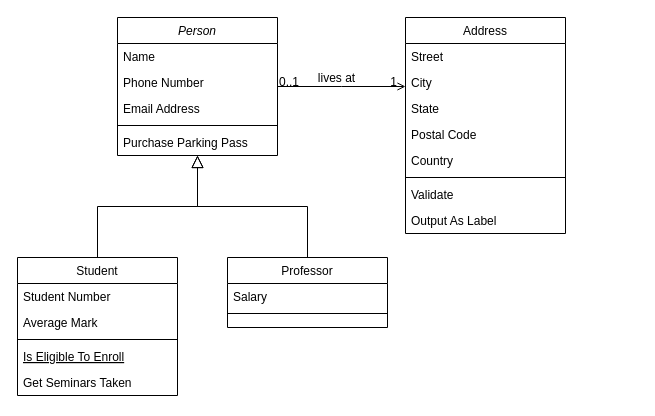
Earlier version of the draw.io diagram Reentrantlock类图详解.drawio (stephenZkang/diagrams). Source tidied: cells renumbered, new cells numbered last; positions are measured from the earlier drawing's top-left corner, leaving out a move shared by most shapes. Both pictures are drawn from the tidied source at 100%, with x=0, y=0 at pixel (17, 17).
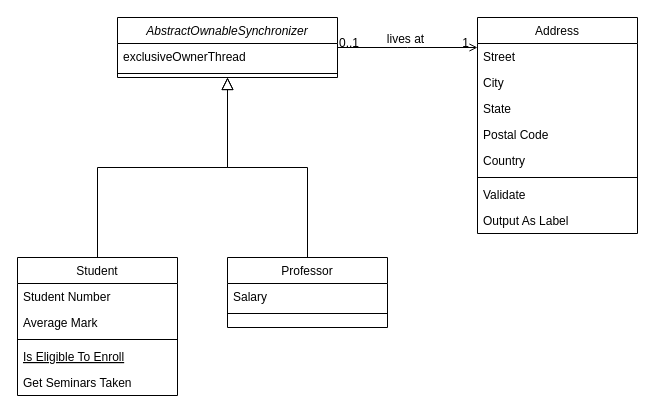
The same diagram, later.

Commit message (it also covers changes not shown here):
更新Reentrantlock类图详解.drawio

The edit, as a diff of the source:
```diff
@@
-    <mxCell id="2" value="Person" style="swimlane;fontStyle=2;align=center;verticalAlign=top;horizontal=1;startSize=26;rounded=0;shadow=0;strokeWidth=1;" parent="1" vertex="1">
-      <mxGeometry x="100" width="160" height="138" as="geometry" />
+    <mxCell id="2" value="AbstractOwnableSynchronizer" style="swimlane;fontStyle=2;align=center;verticalAlign=top;horizontal=1;startSize=26;rounded=0;shadow=0;strokeWidth=1;" parent="1" vertex="1">
+      <mxGeometry x="100" width="220" height="60" as="geometry" />
     </mxCell>
-    <mxCell id="3" value="Name" style="text;align=left;verticalAlign=top;spacingLeft=4;spacingRight=4;overflow=hidden;" parent="2" vertex="1">
-      <mxGeometry y="26" width="160" height="26" as="geometry" />
+    <mxCell id="3" value="exclusiveOwnerThread" style="text;align=left;verticalAlign=top;spacingLeft=4;spacingRight=4;overflow=hidden;" parent="2" vertex="1">
+      <mxGeometry y="26" width="220" height="26" as="geometry" />
     </mxCell>
-    <mxCell id="4" value="Phone Number" style="text;align=left;verticalAlign=top;spacingLeft=4;spacingRight=4;overflow=hidden;rounded=0;shadow=0;html=0;" parent="2" vertex="1">
-      <mxGeometry y="52" width="160" height="26" as="geometry" />
-    </mxCell>
-    <mxCell id="5" value="Email Address" style="text;align=left;verticalAlign=top;spacingLeft=4;spacingRight=4;overflow=hidden;rounded=0;shadow=0;html=0;" parent="2" vertex="1">
-      <mxGeometry y="78" width="160" height="26" as="geometry" />
-    </mxCell>
     <mxCell id="6" style="line;html=1;strokeWidth=1;align=left;verticalAlign=middle;spacingTop=-1;spacingLeft=3;spacingRight=3;labelPosition=right;" parent="2" vertex="1">
-      <mxGeometry y="104" width="160" height="8" as="geometry" />
+      <mxGeometry y="52" width="220" height="8" as="geometry" />
     </mxCell>
-    <mxCell id="7" value="Purchase Parking Pass" style="text;align=left;verticalAlign=top;spacingLeft=4;spacingRight=4;overflow=hidden;" parent="2" vertex="1">
-      <mxGeometry y="112" width="160" height="26" as="geometry" />
-    </mxCell>
@@
     <mxCell id="19" value="Address" style="swimlane;fontStyle=0;align=center;verticalAlign=top;horizontal=1;startSize=26;rounded=0;shadow=0;strokeWidth=1;" parent="1" vertex="1">
-      <mxGeometry x="388" width="160" height="216" as="geometry" />
+      <mxGeometry x="460" width="160" height="216" as="geometry" />
     </mxCell>
```
